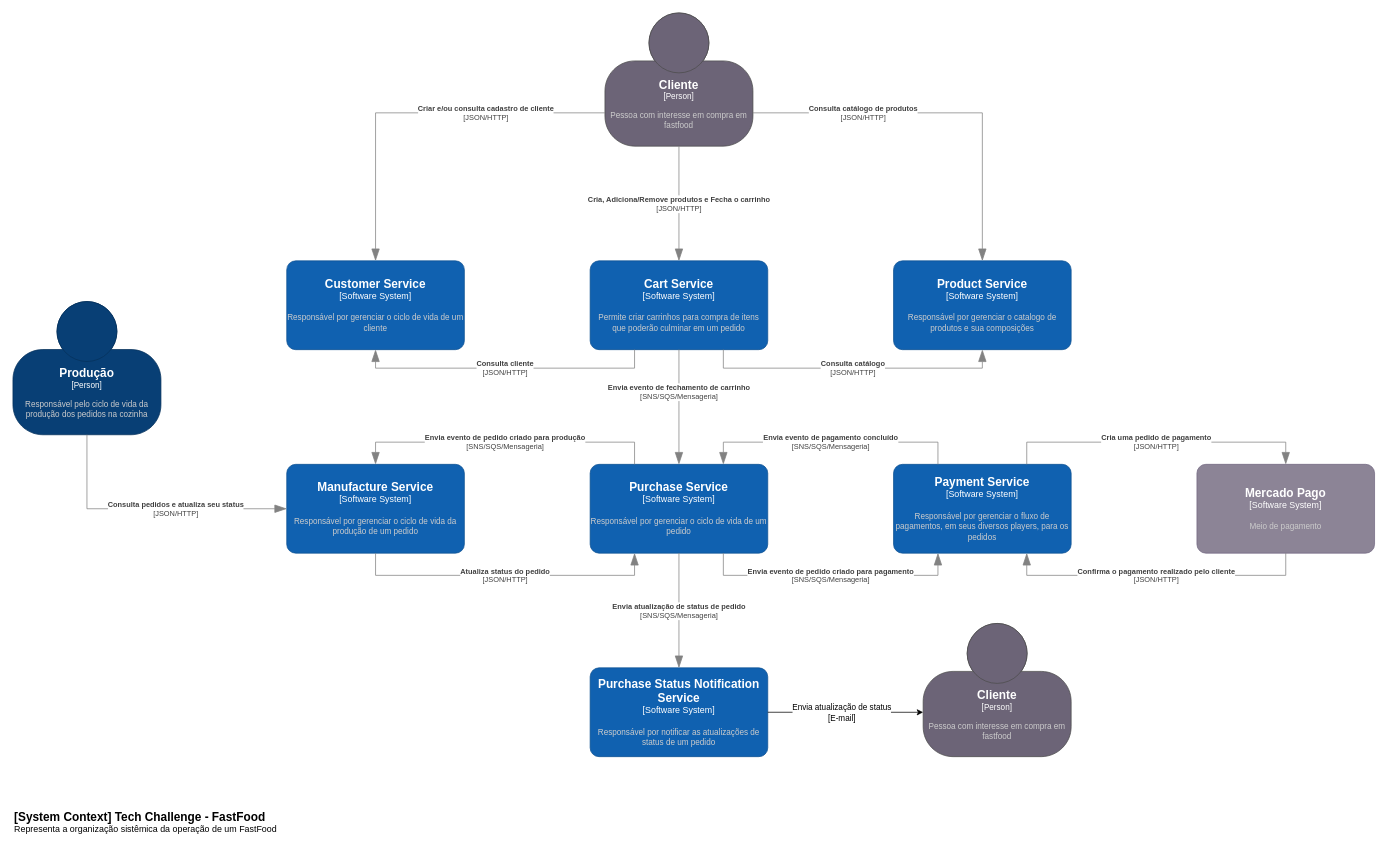
The draw.io diagram page "microservices-c1_saga" (10 of 23) of documentation/tech-challenge-architecture.drawio in fiap-postech/tech-chalenge, before the edit. Source tidied: cells renumbered, new cells numbered last; positions are measured from the earlier drawing's top-left corner, leaving out a move shared by most shapes. Both pictures are drawn from the tidied source at 74%, with x=0, y=0 at pixel (13, 13).
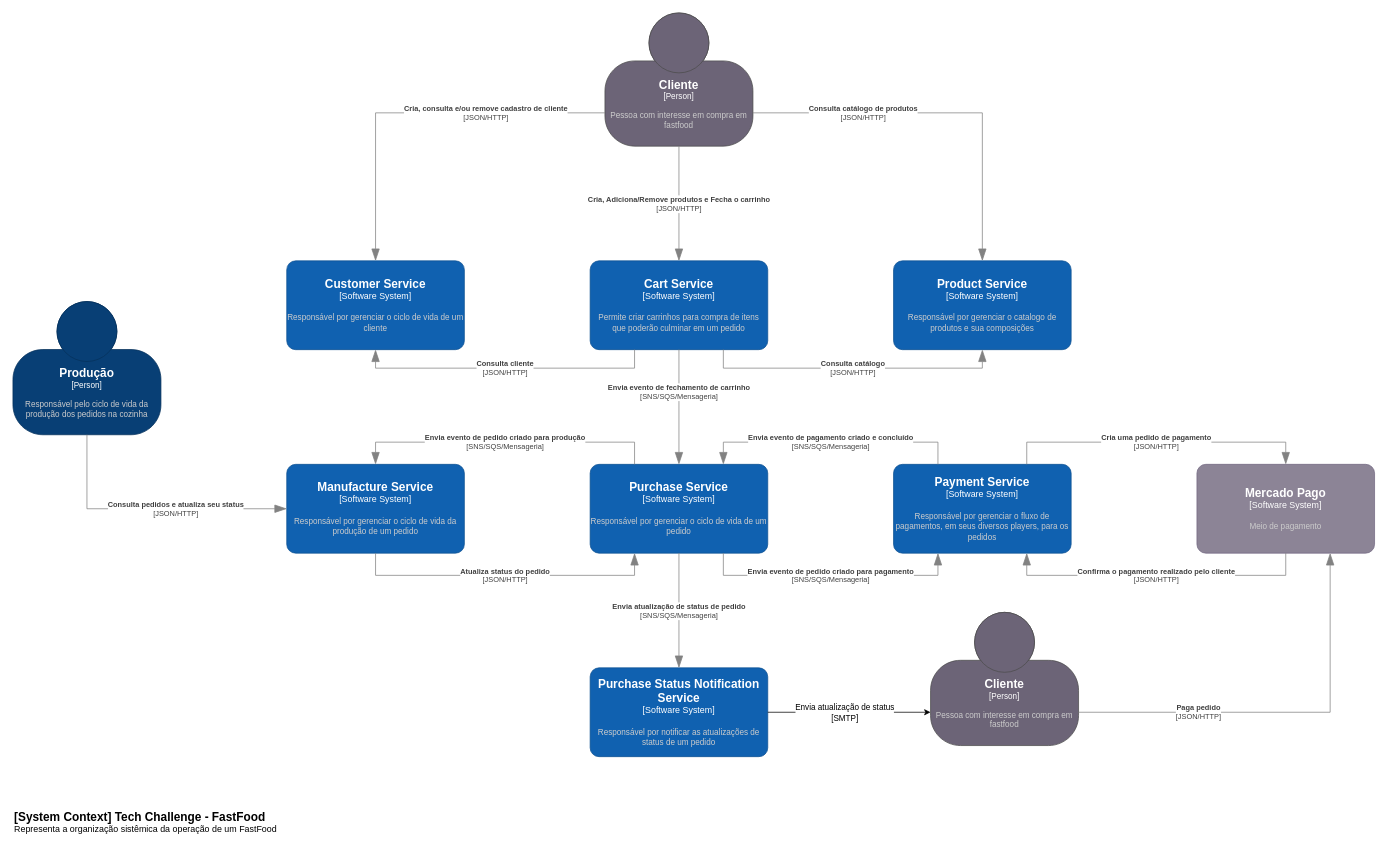
Above is the later version.

Unchanged cells that the change refers to:
```xml
<object id="2" label="&lt;font style=&quot;font-size: 16px&quot;&gt;&lt;b&gt;%c4Name%&lt;/b&gt;&lt;/font&gt;&lt;div&gt;[%c4Type%]&lt;/div&gt;&lt;br&gt;&lt;div&gt;&lt;font style=&quot;font-size: 11px&quot;&gt;&lt;font color=&quot;#cccccc&quot;&gt;%c4Description%&lt;/font&gt;&lt;/div&gt;" c4Description="Pessoa com interesse em compra em fastfood" c4Name="Cliente" c4Type="Person" placeholders="1">
  <mxCell style="html=1;fontSize=11;dashed=0;whiteSpace=wrap;fillColor=#6C6477;strokeColor=#4D4D4D;fontColor=#ffffff;shape=mxgraph.c4.person2;align=center;points=[[0.5,0,0],[1,0.5,0],[1,0.75,0],[0.75,1,0],[0.5,1,0],[0.25,1,0],[0,0.75,0],[0,0.5,0]];" parent="1" vertex="1">
    <mxGeometry x="800" width="200" height="180" as="geometry" />
  </mxCell>
</object>
<object id="3" label="&lt;font style=&quot;font-size: 16px&quot;&gt;&lt;b&gt;%c4Name%&lt;/b&gt;&lt;/font&gt;&lt;div&gt;[%c4Type%]&lt;/div&gt;&lt;br&gt;&lt;div&gt;&lt;font style=&quot;font-size: 11px&quot;&gt;&lt;font color=&quot;#cccccc&quot;&gt;%c4Description%&lt;/font&gt;&lt;/div&gt;" c4Description="Responsável por gerenciar o ciclo de vida de um cliente" c4Name="Customer Service" c4Type="Software System" placeholders="1">
  <mxCell style="rounded=1;whiteSpace=wrap;html=1;labelBackgroundColor=none;fillColor=#1061B0;fontColor=#ffffff;align=center;arcSize=10;strokeColor=#0D5091;points=[[0.25,0,0],[0.5,0,0],[0.75,0,0],[1,0.25,0],[1,0.5,0],[1,0.75,0],[0.75,1,0],[0.5,1,0],[0.25,1,0],[0,0.75,0],[0,0.5,0],[0,0.25,0]];" parent="1" vertex="1">
    <mxGeometry x="370" y="335" width="240" height="120" as="geometry" />
  </mxCell>
</object>
<object id="7" label="&lt;font style=&quot;font-size: 16px&quot;&gt;&lt;b&gt;%c4Name%&lt;/b&gt;&lt;/font&gt;&lt;div&gt;[%c4Type%]&lt;/div&gt;&lt;br&gt;&lt;div&gt;&lt;font style=&quot;font-size: 11px&quot;&gt;&lt;font color=&quot;#cccccc&quot;&gt;%c4Description%&lt;/font&gt;&lt;/div&gt;" c4Description="Responsável por gerenciar o ciclo de vida de um pedido" c4Name="Purchase Service" c4Type="Software System" placeholders="1">
  <mxCell style="rounded=1;whiteSpace=wrap;html=1;labelBackgroundColor=none;fillColor=#1061B0;fontColor=#ffffff;align=center;arcSize=10;strokeColor=#0D5091;points=[[0.25,0,0],[0.5,0,0],[0.75,0,0],[1,0.25,0],[1,0.5,0],[1,0.75,0],[0.75,1,0],[0.5,1,0],[0.25,1,0],[0,0.75,0],[0,0.5,0],[0,0.25,0]];" parent="1" vertex="1">
    <mxGeometry x="780" y="610" width="240" height="120" as="geometry" />
  </mxCell>
</object>
<object id="8" label="&lt;font style=&quot;font-size: 16px&quot;&gt;&lt;b&gt;%c4Name%&lt;/b&gt;&lt;/font&gt;&lt;div&gt;[%c4Type%]&lt;/div&gt;&lt;br&gt;&lt;div&gt;&lt;font style=&quot;font-size: 11px&quot;&gt;&lt;font color=&quot;#cccccc&quot;&gt;%c4Description%&lt;/font&gt;&lt;/div&gt;" c4Description="Responsável por gerenciar o fluxo de pagamentos, em seus diversos players, para os pedidos" c4Name="Payment Service" c4Type="Software System" placeholders="1">
  <mxCell style="rounded=1;whiteSpace=wrap;html=1;labelBackgroundColor=none;fillColor=#1061B0;fontColor=#ffffff;align=center;arcSize=10;strokeColor=#0D5091;points=[[0.25,0,0],[0.5,0,0],[0.75,0,0],[1,0.25,0],[1,0.5,0],[1,0.75,0],[0.75,1,0],[0.5,1,0],[0.25,1,0],[0,0.75,0],[0,0.5,0],[0,0.25,0]];" parent="1" vertex="1">
    <mxGeometry x="1190" y="610" width="240" height="120" as="geometry" />
  </mxCell>
</object>
<object id="9" label="&lt;font style=&quot;font-size: 16px&quot;&gt;&lt;b&gt;%c4Name%&lt;/b&gt;&lt;/font&gt;&lt;div&gt;[%c4Type%]&lt;/div&gt;&lt;br&gt;&lt;div&gt;&lt;font style=&quot;font-size: 11px&quot;&gt;&lt;font color=&quot;#cccccc&quot;&gt;%c4Description%&lt;/font&gt;&lt;/div&gt;" c4Description="Meio de pagamento" c4Name="Mercado Pago" c4Type="Software System" placeholders="1">
  <mxCell style="rounded=1;whiteSpace=wrap;html=1;labelBackgroundColor=none;fillColor=#8C8496;fontColor=#ffffff;align=center;arcSize=10;strokeColor=#736782;points=[[0.25,0,0],[0.5,0,0],[0.75,0,0],[1,0.25,0],[1,0.5,0],[1,0.75,0],[0.75,1,0],[0.5,1,0],[0.25,1,0],[0,0.75,0],[0,0.5,0],[0,0.25,0]];" parent="1" vertex="1">
    <mxGeometry x="1600" y="610" width="240" height="120" as="geometry" />
  </mxCell>
</object>
<object id="24" label="&lt;font style=&quot;font-size: 16px&quot;&gt;&lt;b&gt;%c4Name%&lt;/b&gt;&lt;/font&gt;&lt;div&gt;[%c4Type%]&lt;/div&gt;&lt;br&gt;&lt;div&gt;&lt;font style=&quot;font-size: 11px&quot;&gt;&lt;font color=&quot;#cccccc&quot;&gt;%c4Description%&lt;/font&gt;&lt;/div&gt;" c4Description="Responsável por notificar as atualizações de status de um pedido" c4Name="Purchase Status Notification Service" c4Type="Software System" placeholders="1">
  <mxCell style="rounded=1;whiteSpace=wrap;html=1;labelBackgroundColor=none;fillColor=#1061B0;fontColor=#ffffff;align=center;arcSize=10;strokeColor=#0D5091;points=[[0.25,0,0],[0.5,0,0],[0.75,0,0],[1,0.25,0],[1,0.5,0],[1,0.75,0],[0.75,1,0],[0.5,1,0],[0.25,1,0],[0,0.75,0],[0,0.5,0],[0,0.25,0]];" parent="1" vertex="1">
    <mxGeometry x="780" y="885" width="240" height="120" as="geometry" />
  </mxCell>
</object>
```

The edit, as a diff of the source:
```diff
@@
-    <object id="12" label="&lt;div style=&quot;text-align: left&quot;&gt;&lt;div style=&quot;text-align: center&quot;&gt;&lt;b&gt;%c4Description%&lt;/b&gt;&lt;/div&gt;&lt;div style=&quot;text-align: center&quot;&gt;[%c4Technology%]&lt;/div&gt;&lt;/div&gt;" c4Description="Criar e/ou consulta cadastro de cliente" c4Technology="JSON/HTTP" placeholders="1">
+    <object id="12" label="&lt;div style=&quot;text-align: left&quot;&gt;&lt;div style=&quot;text-align: center&quot;&gt;&lt;b&gt;%c4Description%&lt;/b&gt;&lt;/div&gt;&lt;div style=&quot;text-align: center&quot;&gt;[%c4Technology%]&lt;/div&gt;&lt;/div&gt;" c4Description="Cria, consulta e/ou remove cadastro de cliente" c4Technology="JSON/HTTP" placeholders="1">
       <mxCell style="endArrow=blockThin;html=1;fontSize=10;fontColor=#404040;strokeWidth=1;endFill=1;strokeColor=#828282;elbow=vertical;endSize=14;startSize=14;jumpStyle=arc;jumpSize=16;rounded=0;edgeStyle=orthogonalEdgeStyle;exitX=0;exitY=0.75;exitDx=0;exitDy=0;exitPerimeter=0;entryX=0.5;entryY=0;entryDx=0;entryDy=0;entryPerimeter=0;" parent="1" edge="1" source="2" target="3">
         <mxGeometry x="-0.37" relative="1" as="geometry" />
       </mxCell>
     </object>
@@
-    <object id="17" label="&lt;div style=&quot;text-align: left&quot;&gt;&lt;div style=&quot;text-align: center&quot;&gt;&lt;b&gt;%c4Description%&lt;/b&gt;&lt;/div&gt;&lt;div style=&quot;text-align: center&quot;&gt;[%c4Technology%]&lt;/div&gt;&lt;/div&gt;" c4Description="Envia evento de pagamento concluído" c4Technology="SNS/SQS/Mensageria" placeholders="1">
+    <object id="17" label="&lt;div style=&quot;text-align: left&quot;&gt;&lt;div style=&quot;text-align: center&quot;&gt;&lt;b&gt;%c4Description%&lt;/b&gt;&lt;/div&gt;&lt;div style=&quot;text-align: center&quot;&gt;[%c4Technology%]&lt;/div&gt;&lt;/div&gt;" c4Description="Envia evento de pagamento criado e concluído" c4Technology="SNS/SQS/Mensageria" placeholders="1">
       <mxCell style="endArrow=blockThin;html=1;fontSize=10;fontColor=#404040;strokeWidth=1;endFill=1;strokeColor=#828282;elbow=vertical;endSize=14;startSize=14;jumpStyle=arc;jumpSize=16;rounded=0;edgeStyle=orthogonalEdgeStyle;exitX=0.25;exitY=0;exitDx=0;exitDy=0;exitPerimeter=0;entryX=0.75;entryY=0;entryDx=0;entryDy=0;entryPerimeter=0;" parent="1" edge="1" source="8" target="7">
         <mxGeometry relative="1" as="geometry">
           <Array as="points">
             <mxPoint x="1250" y="580" />
             <mxPoint x="960" y="580" />
           </Array>
         </mxGeometry>
       </mxCell>
     </object>
@@
     <object id="27" label="&lt;font style=&quot;font-size: 16px&quot;&gt;&lt;b&gt;%c4Name%&lt;/b&gt;&lt;/font&gt;&lt;div&gt;[%c4Type%]&lt;/div&gt;&lt;br&gt;&lt;div&gt;&lt;font style=&quot;font-size: 11px&quot;&gt;&lt;font color=&quot;#cccccc&quot;&gt;%c4Description%&lt;/font&gt;&lt;/div&gt;" c4Description="Pessoa com interesse em compra em fastfood" c4Name="Cliente" c4Type="Person" placeholders="1">
       <mxCell style="html=1;fontSize=11;dashed=0;whiteSpace=wrap;fillColor=#6C6477;strokeColor=#4D4D4D;fontColor=#ffffff;shape=mxgraph.c4.person2;align=center;points=[[0.5,0,0],[1,0.5,0],[1,0.75,0],[0.75,1,0],[0.5,1,0],[0.25,1,0],[0,0.75,0],[0,0.5,0]];" parent="1" vertex="1">
-        <mxGeometry x="1230" y="825" width="200" height="180" as="geometry" />
+        <mxGeometry x="1240" y="810" width="200" height="180" as="geometry" />
       </mxCell>
     </object>
-    <mxCell id="28" style="edgeStyle=orthogonalEdgeStyle;rounded=0;jettySize=auto;html=1;entryX=0;entryY=0.667;entryDx=0;entryDy=0;entryPerimeter=0;" parent="1" edge="1" source="24" target="27">
+    <mxCell id="28" style="edgeStyle=orthogonalEdgeStyle;rounded=0;jettySize=auto;html=1;entryX=0;entryY=0.75;entryDx=0;entryDy=0;entryPerimeter=0;" parent="1" edge="1" source="24" target="27">
       <mxGeometry relative="1" as="geometry" />
     </mxCell>
-    <mxCell id="29" value="Envia atualização de status&lt;br&gt;[E-mail]" style="edgeLabel;html=1;align=center;verticalAlign=middle;" parent="28" vertex="1">
+    <mxCell id="29" value="Envia atualização de status&lt;br&gt;[SMTP]" style="edgeLabel;html=1;align=center;verticalAlign=middle;" parent="28" vertex="1">
       <mxGeometry x="-0.06" y="-3" relative="1" as="geometry">
         <mxPoint y="-3" as="offset" />
       </mxGeometry>
     </mxCell>
+    <object id="30" label="&lt;div style=&quot;text-align: left&quot;&gt;&lt;div style=&quot;text-align: center&quot;&gt;&lt;b&gt;%c4Description%&lt;/b&gt;&lt;/div&gt;&lt;div style=&quot;text-align: center&quot;&gt;[%c4Technology%]&lt;/div&gt;&lt;/div&gt;" c4Description="Paga pedido" c4Technology="JSON/HTTP" placeholders="1">
+      <mxCell style="endArrow=blockThin;html=1;fontSize=10;fontColor=#404040;strokeWidth=1;endFill=1;strokeColor=#828282;elbow=vertical;endSize=14;startSize=14;jumpStyle=arc;jumpSize=16;rounded=0;edgeStyle=orthogonalEdgeStyle;exitX=1;exitY=0.75;exitDx=0;exitDy=0;exitPerimeter=0;entryX=0.75;entryY=1;entryDx=0;entryDy=0;entryPerimeter=0;" parent="1" edge="1" source="27" target="9">
+        <mxGeometry x="-0.42" relative="1" as="geometry">
+          <mxPoint x="1" as="offset" />
+        </mxGeometry>
+      </mxCell>
+    </object>
```
